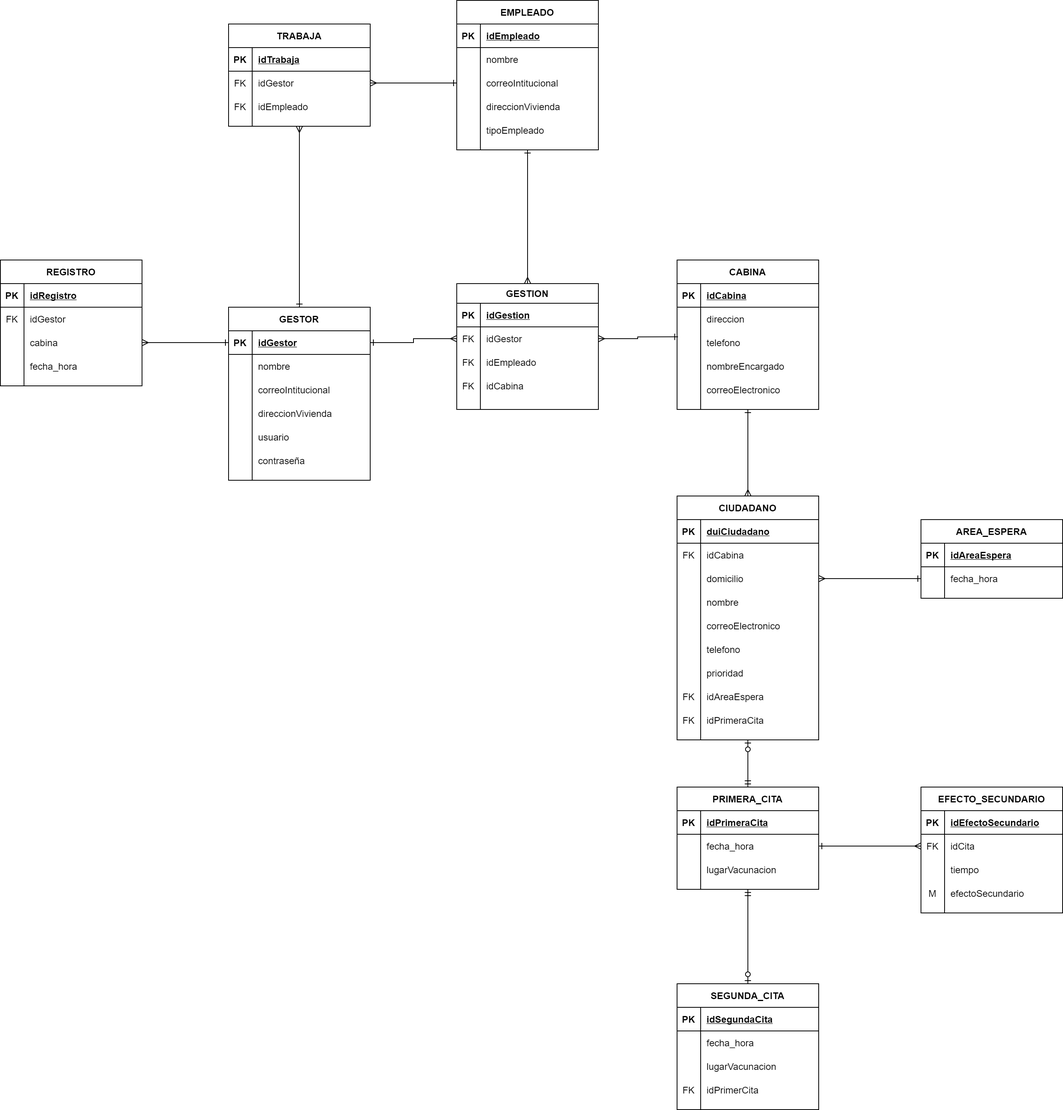
Above: Data base/Diagrama R.png in UCASV/proyecto-final-grupo-39 (draw.io), before the change. Source tidied: cells renumbered, new cells last; positions are measured from the earlier drawing's top-left corner, leaving out a move shared by most shapes.
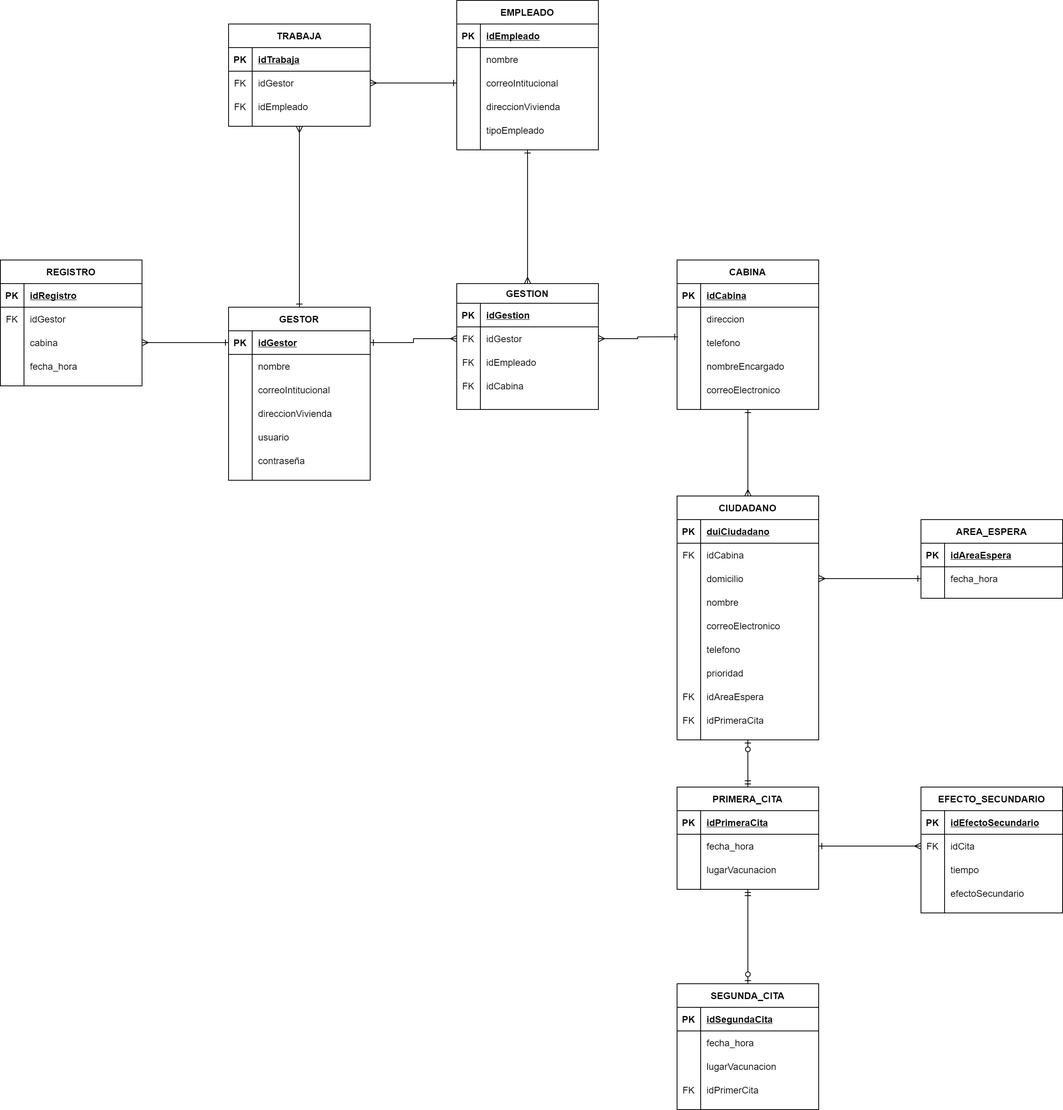
The same diagram one commit later.

What changed in the source:
```diff
@@ -350,7 +350,7 @@
     <mxCell id="117" style="shape=partialRectangle;fillColor=none;top=0;left=0;bottom=0;right=0;" parent="107" vertex="1">
       <mxGeometry y="120" width="180" height="30" as="geometry" />
     </mxCell>
-    <mxCell id="118" value="M" style="shape=partialRectangle;fillColor=none;top=0;left=0;bottom=0;right=0;overflow=hidden;" parent="117" vertex="1">
+    <mxCell id="118" style="shape=partialRectangle;fillColor=none;top=0;left=0;bottom=0;right=0;overflow=hidden;" parent="117" vertex="1">
       <mxGeometry width="30" height="30" as="geometry" />
     </mxCell>
     <mxCell id="119" value="efectoSecundario" style="shape=partialRectangle;fillColor=none;top=0;left=0;bottom=0;right=0;align=left;spacingLeft=6;overflow=hidden;" parent="117" vertex="1">
```
